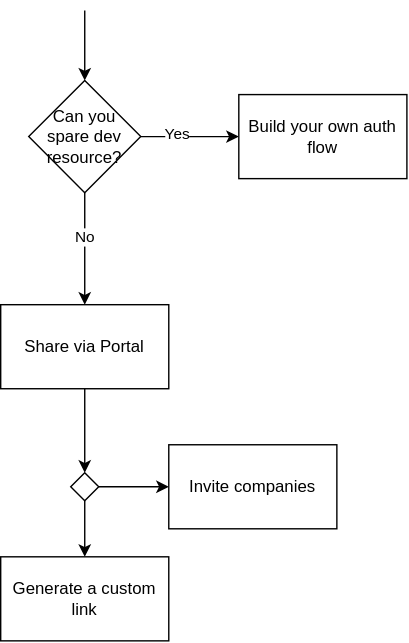
Earlier version of the draw.io export example-svg.drawio.svg (mcclowes/mermaid-examples). Source tidied: cells renumbered, new cells last; positions are measured from the earlier drawing's top-left corner, leaving out a move shared by most shapes.
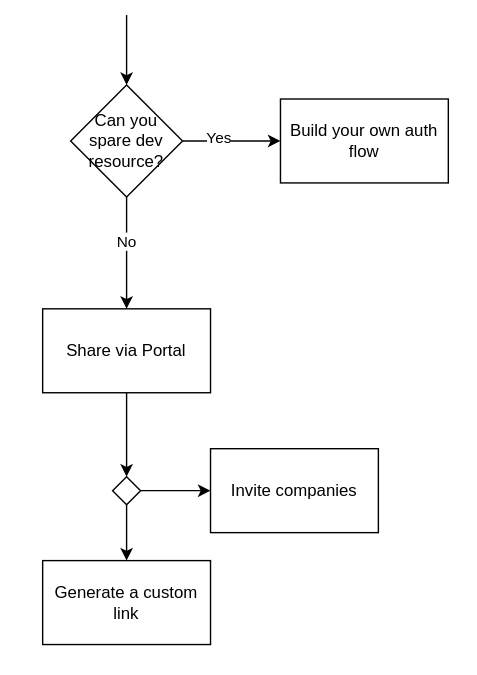
Later version of the same file.

Diff of the diagram source:
```diff
@@ -46,5 +46,8 @@
     <mxCell id="15" style="rhombus;whiteSpace=wrap;html=1;" parent="1" vertex="1">
       <mxGeometry x="50" y="330" width="20" height="20" as="geometry" />
     </mxCell>
+    <mxCell id="16" style="rounded=0;whiteSpace=wrap;html=1;opacity=0;" parent="1" vertex="1">
+      <mxGeometry x="-30" y="-10" width="340" height="480" as="geometry" />
+    </mxCell>
   </root>
 </mxGraphModel>
```
